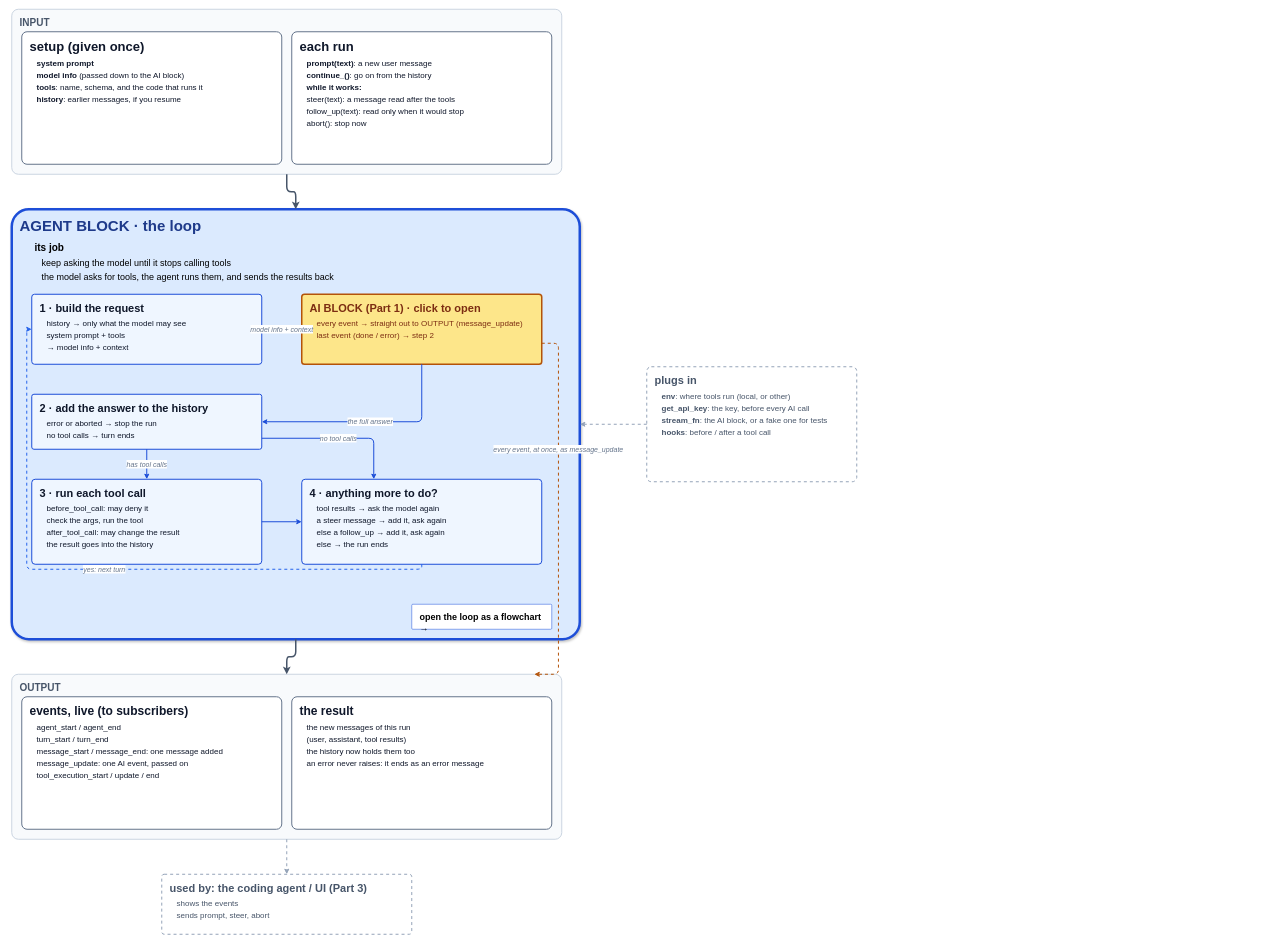
danhugo/simp-agent keeps this draw.io diagram as page "2 · Agent block" (1 of 4) of docs/guidebook/img/architecture.drawio. Above is the earlier version. Source tidied: cells renumbered, new cells numbered last; positions are measured from the earlier drawing's top-left corner, leaving out a move shared by most shapes. Both pictures are drawn from the tidied source at 50%, with x=0, y=0 at pixel (12, 9).
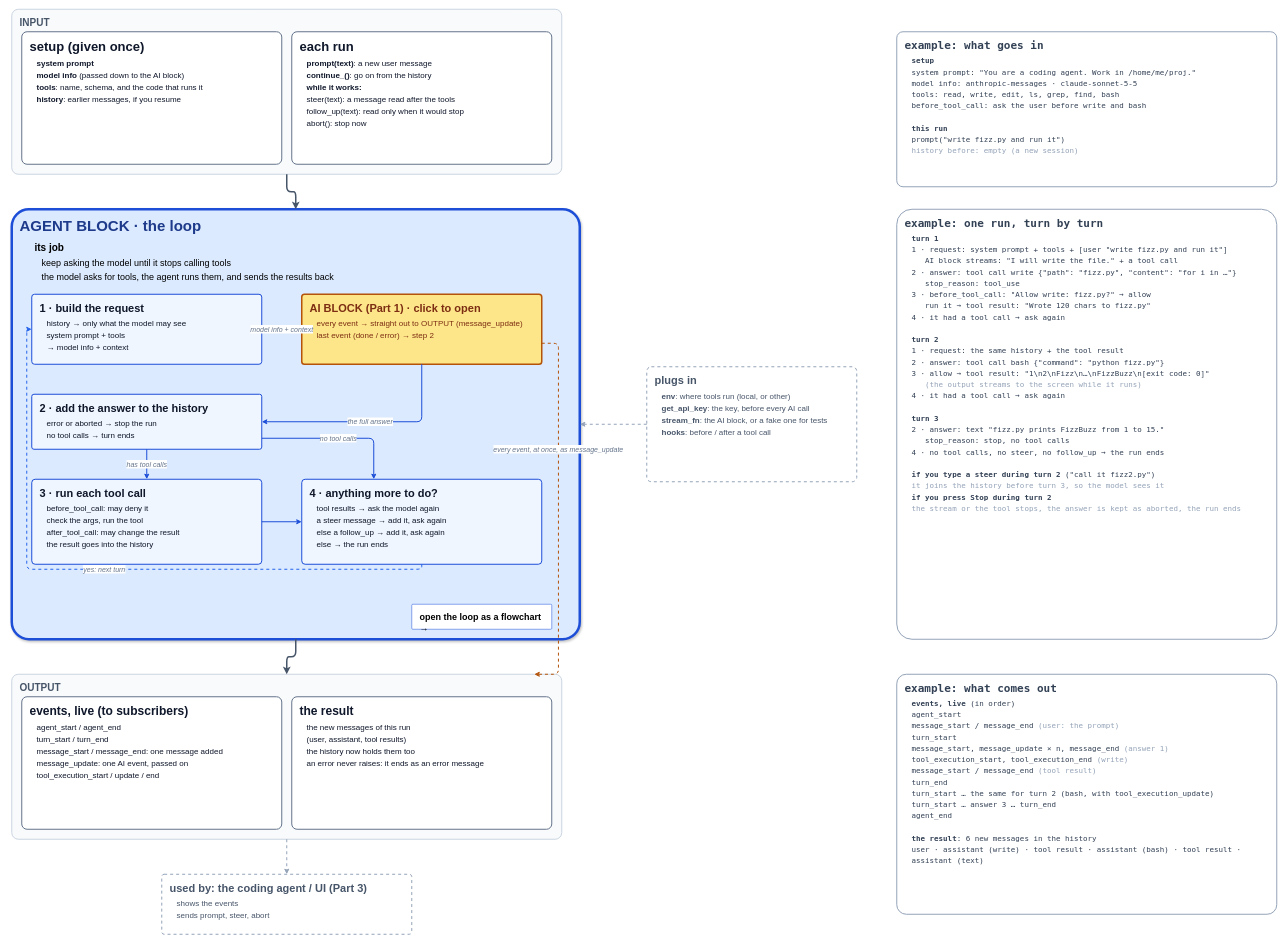
The same page after the edit.

Commit message (it also covers changes not shown here):
docs(guidebook): agent block page gets worked examples (in, one run turn by turn, out)

What changed in the source:
```diff
@@
+    <mxCell id="29" value="&lt;b style=&quot;font-size:22px&quot;&gt;example: what goes in&lt;/b&gt;&lt;div style=&quot;font-size:15px;line-height:1.5;margin-top:6px;padding-left:14px&quot;&gt;&lt;b&gt;setup&lt;/b&gt;&lt;br&gt;system prompt: &quot;You are a coding agent. Work in /home/me/proj.&quot;&lt;br&gt;model info: anthropic-messages · claude-sonnet-5-5&lt;br&gt;tools: read, write, edit, ls, grep, find, bash&lt;br&gt;before_tool_call: ask the user before write and bash&lt;br&gt;&lt;br&gt;&lt;b&gt;this run&lt;/b&gt;&lt;br&gt;prompt(&quot;write fizz.py and run it&quot;)&lt;br&gt;&lt;span style=&quot;color:#94a3b8&quot;&gt;history before: empty (a new session)&lt;/span&gt;&lt;/div&gt;" style="whiteSpace=wrap;html=1;align=left;verticalAlign=top;spacingLeft=14;spacingTop=8;rounded=1;arcSize=4;fillColor=#ffffff;strokeColor=#94a3b8;strokeWidth=2;fontColor=#334155;fontFamily=Menlo;" parent="1" vertex="1">
+      <mxGeometry x="1770" y="45" width="760" height="310" as="geometry" />
+    </mxCell>
+    <mxCell id="30" value="&lt;b style=&quot;font-size:22px&quot;&gt;example: one run, turn by turn&lt;/b&gt;&lt;div style=&quot;font-size:15px;line-height:1.5;margin-top:6px;padding-left:14px&quot;&gt;&lt;b&gt;turn 1&lt;/b&gt;&lt;br&gt;1 · request: system prompt + tools + [user &quot;write fizz.py and run it&quot;]&lt;br&gt;&amp;nbsp;&amp;nbsp;&amp;nbsp;AI block streams: &quot;I will write the file.&quot; + a tool call&lt;br&gt;2 · answer: tool call write {&quot;path&quot;: &quot;fizz.py&quot;, &quot;content&quot;: &quot;for i in …&quot;}&lt;br&gt;&amp;nbsp;&amp;nbsp;&amp;nbsp;stop_reason: tool_use&lt;br&gt;3 · before_tool_call: &quot;Allow write: fizz.py?&quot; → allow&lt;br&gt;&amp;nbsp;&amp;nbsp;&amp;nbsp;run it → tool result: &quot;Wrote 120 chars to fizz.py&quot;&lt;br&gt;4 · it had a tool call → ask again&lt;br&gt;&lt;br&gt;&lt;b&gt;turn 2&lt;/b&gt;&lt;br&gt;1 · request: the same history + the tool result&lt;br&gt;2 · answer: tool call bash {&quot;command&quot;: &quot;python fizz.py&quot;}&lt;br&gt;3 · allow → tool result: &quot;1\n2\nFizz\n…\nFizzBuzz\n[exit code: 0]&quot;&lt;br&gt;&amp;nbsp;&amp;nbsp;&amp;nbsp;&lt;span style=&quot;color:#94a3b8&quot;&gt;(the output streams to the screen while it runs)&lt;/span&gt;&lt;br&gt;4 · it had a tool call → ask again&lt;br&gt;&lt;br&gt;&lt;b&gt;turn 3&lt;/b&gt;&lt;br&gt;2 · answer: text &quot;fizz.py prints FizzBuzz from 1 to 15.&quot;&lt;br&gt;&amp;nbsp;&amp;nbsp;&amp;nbsp;stop_reason: stop, no tool calls&lt;br&gt;4 · no tool calls, no steer, no follow_up → the run ends&lt;br&gt;&lt;br&gt;&lt;b&gt;if you type a steer during turn 2&lt;/b&gt; (&quot;call it fizz2.py&quot;)&lt;br&gt;&lt;span style=&quot;color:#94a3b8&quot;&gt;it joins the history before turn 3, so the model sees it&lt;/span&gt;&lt;br&gt;&lt;b&gt;if you press Stop during turn 2&lt;/b&gt;&lt;br&gt;&lt;span style=&quot;color:#94a3b8&quot;&gt;the stream or the tool stops, the answer is kept as aborted, the run ends&lt;/span&gt;&lt;/div&gt;" style="whiteSpace=wrap;html=1;align=left;verticalAlign=top;spacingLeft=14;spacingTop=8;rounded=1;arcSize=4;fillColor=#ffffff;strokeColor=#94a3b8;strokeWidth=2;fontColor=#334155;fontFamily=Menlo;" parent="1" vertex="1">
+      <mxGeometry x="1770" y="400" width="760" height="860" as="geometry" />
+    </mxCell>
+    <mxCell id="31" value="&lt;b style=&quot;font-size:22px&quot;&gt;example: what comes out&lt;/b&gt;&lt;div style=&quot;font-size:15px;line-height:1.5;margin-top:6px;padding-left:14px&quot;&gt;&lt;b&gt;events, live&lt;/b&gt; (in order)&lt;br&gt;agent_start&lt;br&gt;message_start / message_end  &lt;span style=&quot;color:#94a3b8&quot;&gt;(user: the prompt)&lt;/span&gt;&lt;br&gt;turn_start&lt;br&gt;message_start, message_update × n, message_end  &lt;span style=&quot;color:#94a3b8&quot;&gt;(answer 1)&lt;/span&gt;&lt;br&gt;tool_execution_start, tool_execution_end  &lt;span style=&quot;color:#94a3b8&quot;&gt;(write)&lt;/span&gt;&lt;br&gt;message_start / message_end  &lt;span style=&quot;color:#94a3b8&quot;&gt;(tool result)&lt;/span&gt;&lt;br&gt;turn_end&lt;br&gt;turn_start … the same for turn 2 (bash, with tool_execution_update)&lt;br&gt;turn_start … answer 3 … turn_end&lt;br&gt;agent_end&lt;br&gt;&lt;br&gt;&lt;b&gt;the result&lt;/b&gt;: 6 new messages in the history&lt;br&gt;user · assistant (write) · tool result · assistant (bash) · tool result · assistant (text)&lt;/div&gt;" style="whiteSpace=wrap;html=1;align=left;verticalAlign=top;spacingLeft=14;spacingTop=8;rounded=1;arcSize=4;fillColor=#ffffff;strokeColor=#94a3b8;strokeWidth=2;fontColor=#334155;fontFamily=Menlo;" parent="1" vertex="1">
+      <mxGeometry x="1770" y="1330" width="760" height="480" as="geometry" />
+    </mxCell>
```
